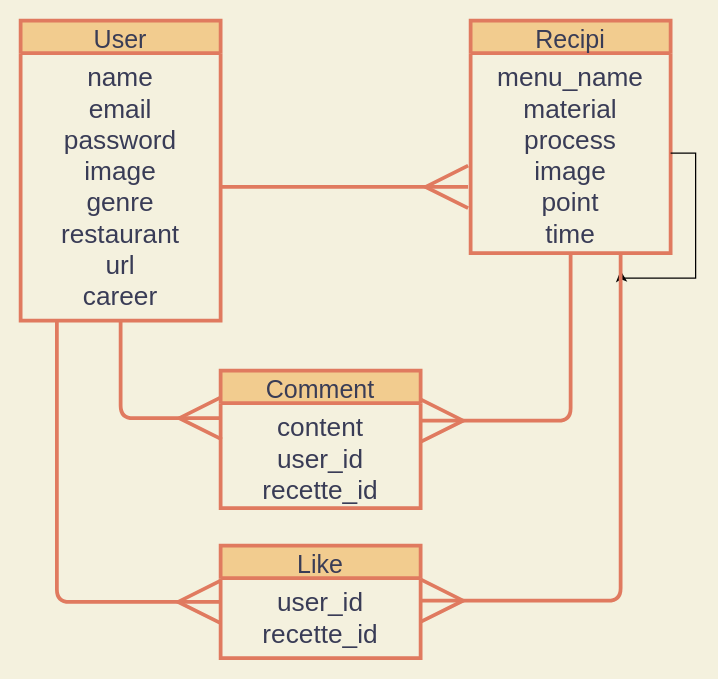
ryoji911/manger-1 keeps this draw.io diagram as app/views/manger.dio. Above is the earlier version. Source tidied: cells renumbered, new cells numbered last; positions are measured from the earlier drawing's top-left corner, leaving out a move shared by most shapes. Both pictures are drawn from the tidied source at 125%, with x=0, y=0 at pixel (20, 20).
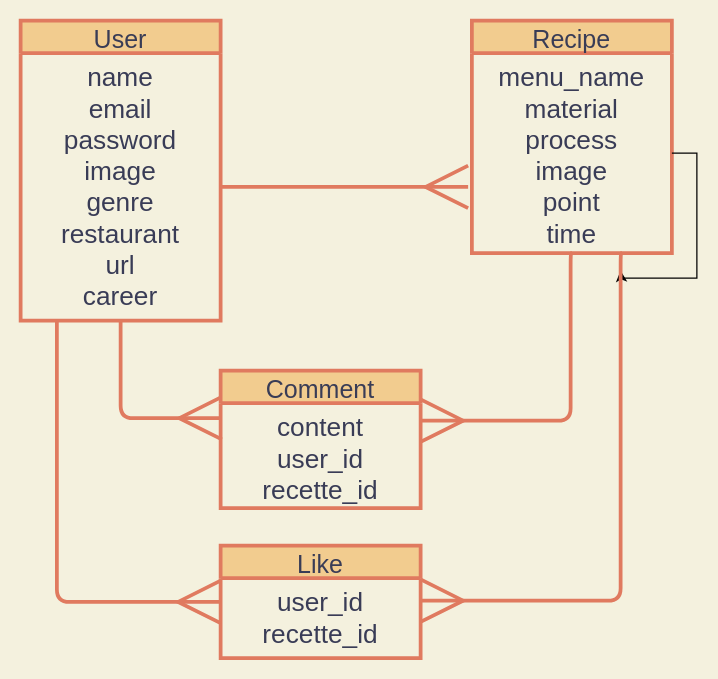
After the change.

What changed in the source:
```diff
@@
-    <mxCell id="6" value="Recipi" style="swimlane;fontStyle=0;horizontal=1;startSize=26;align=center;fontSize=20;strokeWidth=3;fillColor=#F2CC8F;strokeColor=#E07A5F;fontColor=#393C56;" parent="1" vertex="1">
-      <mxGeometry x="360" width="160" height="186" as="geometry" />
+    <mxCell id="6" value="Recipe" style="swimlane;fontStyle=0;horizontal=1;startSize=26;align=center;fontSize=20;strokeWidth=3;fillColor=#F2CC8F;strokeColor=#E07A5F;fontColor=#393C56;" parent="1" vertex="1">
+      <mxGeometry x="361" width="160" height="186" as="geometry" />
     </mxCell>
```
